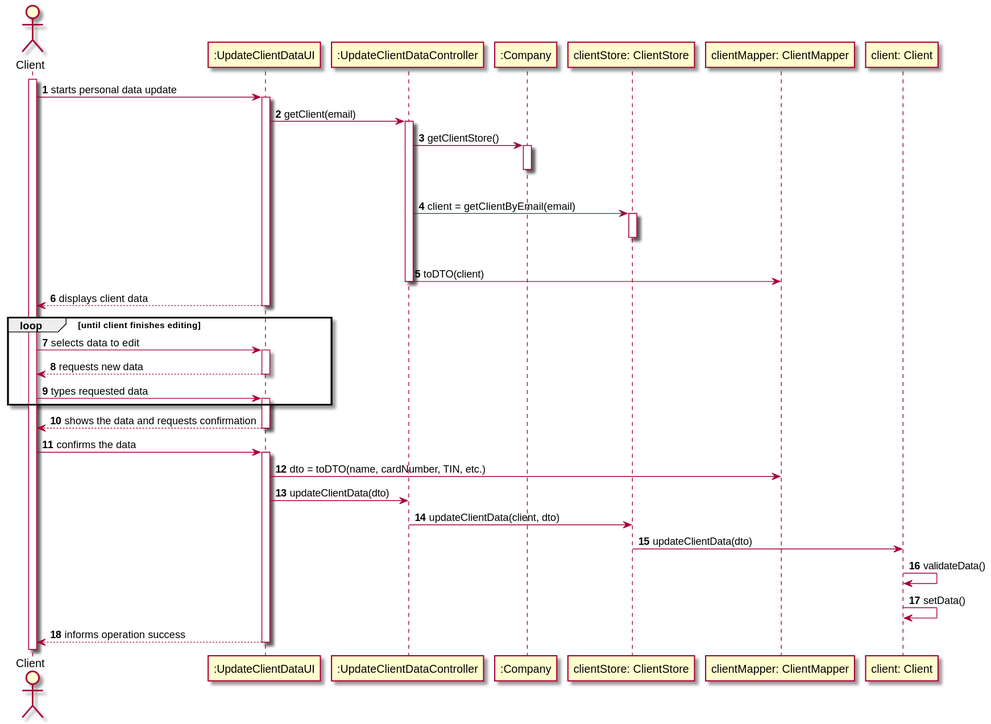
MadDinosaur/ISEP-LAPR2 keeps this PlantUML diagram as docs/SprintD/US2/US2_SD.svg. Above is the earlier version.
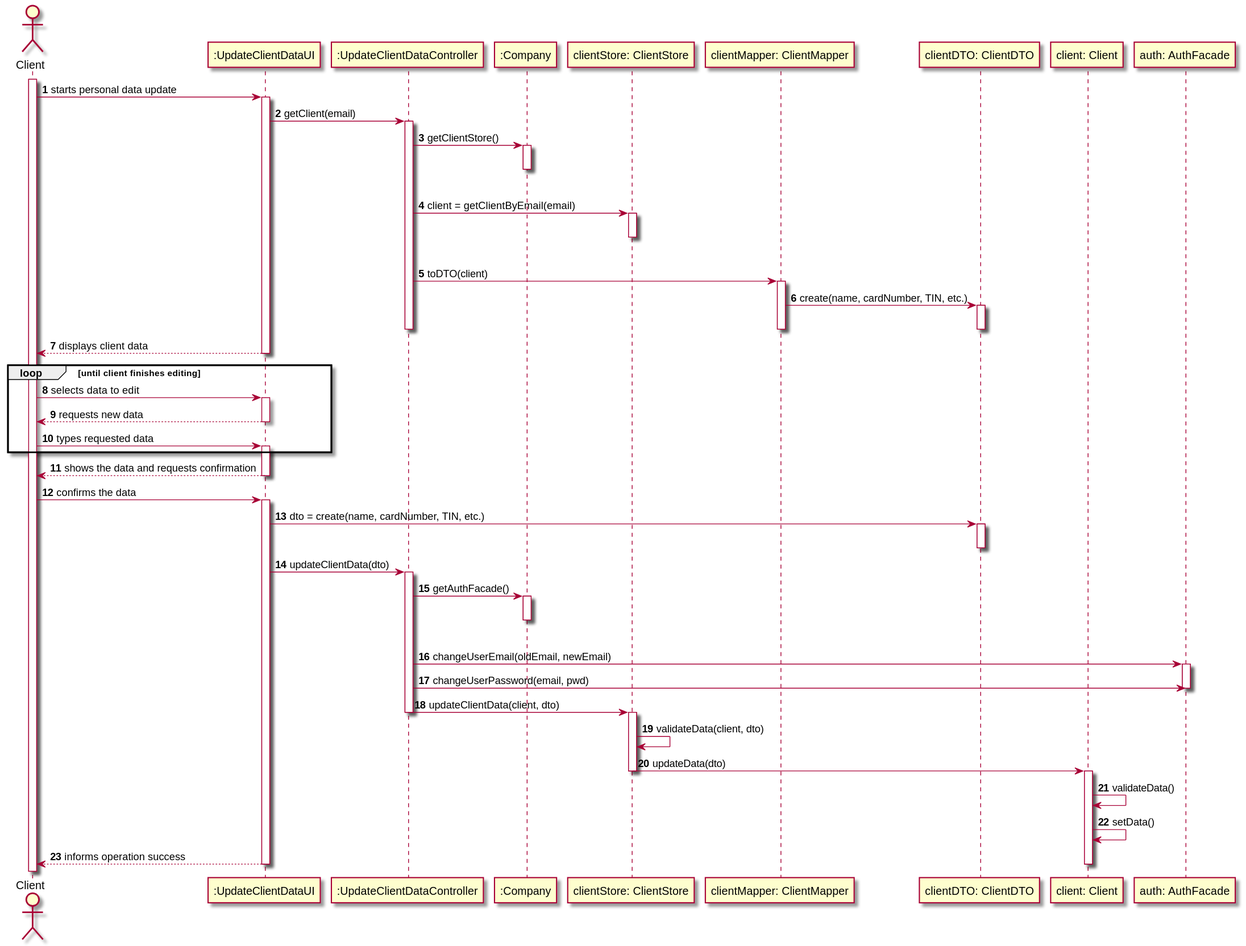
After the change.

The edit, as a diff of the source:
```diff
@@ -7,7 +7,10 @@
 participant ":Company" as company
 participant "clientStore: ClientStore" as cstore
 participant "clientMapper: ClientMapper" as cmapper
+participant "clientDTO: ClientDTO" as dto
 participant "client: Client" as client
+participant "auth: AuthFacade" as auth
+
 
 activate cli
 cli -> ui : starts personal data update
@@ -23,6 +26,11 @@
 |||
 deactivate cstore
 controller -> cmapper : toDTO(client)
+activate cmapper
+cmapper -> dto : create(name, cardNumber, TIN, etc.)
+activate dto
+deactivate dto
+deactivate cmapper
 deactivate controller
 ui --> cli : displays client data
 deactivate ui
@@ -39,12 +47,29 @@
 deactivate ui
 cli -> ui :  confirms the data
 activate ui
-ui -> cmapper: dto = toDTO(name, cardNumber, TIN, etc.)
+ui -> dto: dto = create(name, cardNumber, TIN, etc.)
+activate dto
+deactivate dto
 ui -> controller: updateClientData(dto)
+activate controller
+controller -> company: getAuthFacade()
+activate company
+|||
+deactivate company
+controller -> auth: changeUserEmail(oldEmail, newEmail)
+activate auth
+controller -> auth: changeUserPassword(email, pwd)
+deactivate auth
 controller -> cstore: updateClientData(client, dto)
-cstore -> client : updateClientData(dto)
+deactivate controller
+activate cstore
+cstore -> cstore : validateData(client, dto)
+cstore -> client : updateData(dto)
+deactivate cstore
+activate client
 client -> client : validateData()
 client -> client : setData()
 ui --> cli : informs operation success
+deactivate client
 deactivate ui
 @enduml
```
